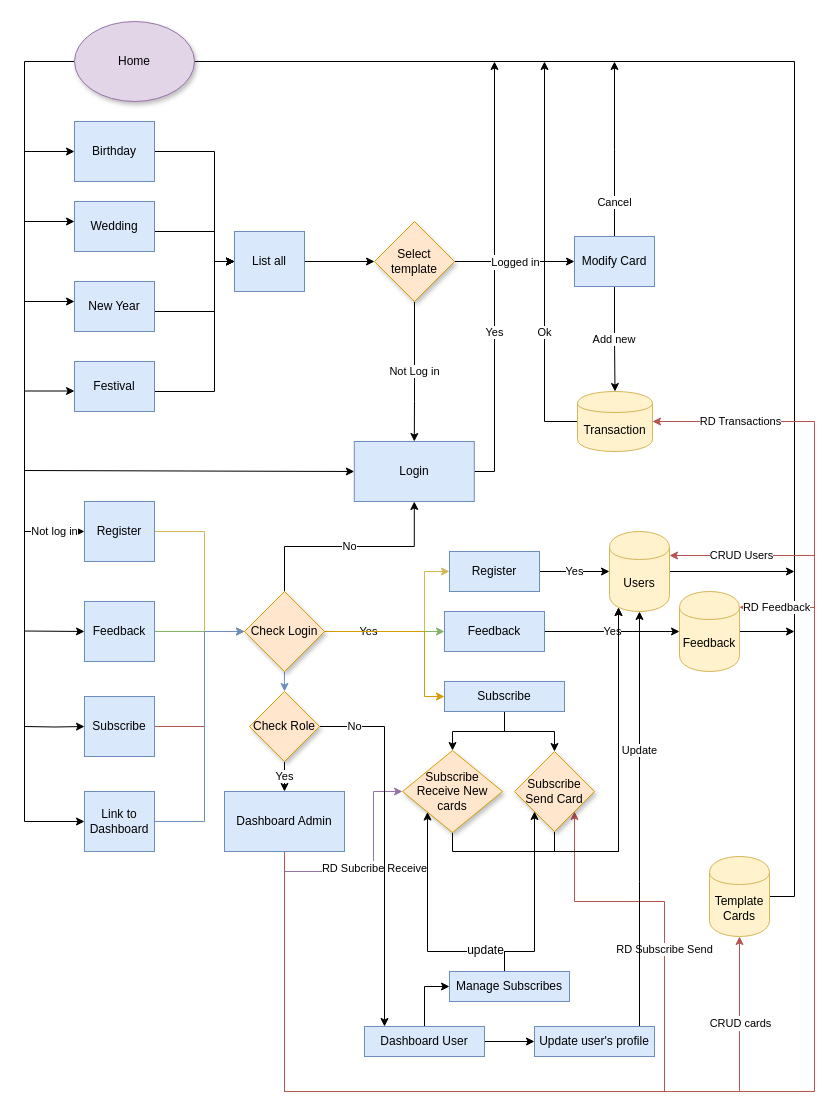
This is page "overall diagram" (1 of 9) of e-Greeting.drawio from duyphuong403/E-Greeting, a draw.io file, before an edit. Source tidied: cells renumbered, new cells numbered last; positions are measured from the earlier drawing's top-left corner, leaving out a move shared by most shapes. Both pictures are drawn from the tidied source at 100%, with x=0, y=0 at pixel (24, 21).
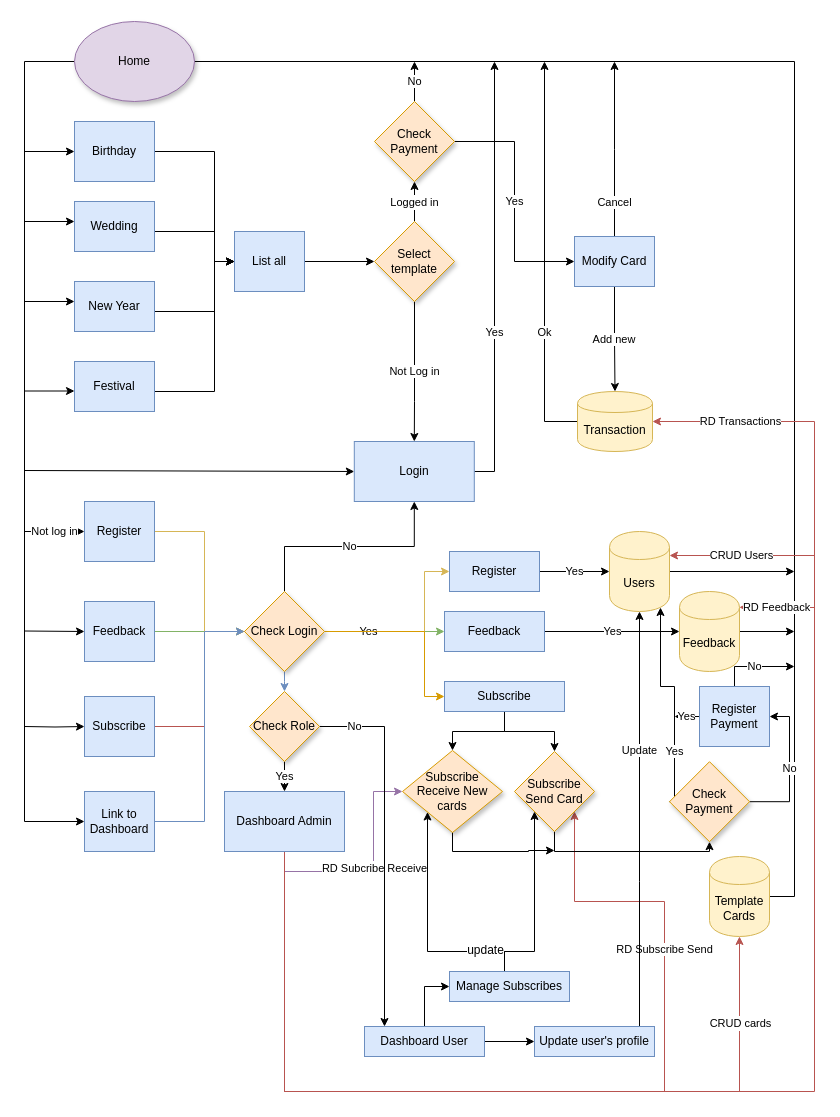
The same page after the edit.

Unchanged cells that the change refers to:
```xml
<mxCell id="32" value="Modify Card" style="rounded=0;whiteSpace=wrap;html=1;fillColor=#dae8fc;strokeColor=#6c8ebf;" parent="1" vertex="1">
  <mxGeometry x="550" y="215" width="80" height="50" as="geometry" />
</mxCell>
<mxCell id="47" value="Users" style="shape=cylinder;whiteSpace=wrap;html=1;boundedLbl=1;backgroundOutline=1;fillColor=#fff2cc;strokeColor=#d6b656;" parent="1" vertex="1">
  <mxGeometry x="585" y="510" width="60" height="80" as="geometry" />
</mxCell>
<mxCell id="77" value="&lt;span style=&quot;white-space: normal&quot;&gt;Select template&lt;/span&gt;" style="rhombus;whiteSpace=wrap;html=1;shadow=1;fillColor=#ffe6cc;strokeColor=#d79b00;" parent="1" vertex="1">
  <mxGeometry x="350" y="200" width="80" height="80" as="geometry" />
</mxCell>
<mxCell id="82" value="&lt;span style=&quot;white-space: normal&quot;&gt;Subscribe Receive New cards&lt;/span&gt;" style="rhombus;whiteSpace=wrap;html=1;shadow=1;fillColor=#ffe6cc;strokeColor=#d79b00;" parent="1" vertex="1">
  <mxGeometry x="378" y="729" width="100" height="82" as="geometry" />
</mxCell>
<mxCell id="83" value="&lt;span style=&quot;white-space: normal&quot;&gt;Subscribe Send Card&lt;/span&gt;" style="rhombus;whiteSpace=wrap;html=1;shadow=1;fillColor=#ffe6cc;strokeColor=#d79b00;" parent="1" vertex="1">
  <mxGeometry x="490" y="730" width="80" height="80" as="geometry" />
</mxCell>
```

Diff of the diagram source:
```diff
@@
-    <mxCell id="73" style="edgeStyle=orthogonalEdgeStyle;rounded=0;jettySize=auto;html=1;entryX=0.15;entryY=0.95;entryDx=0;entryDy=0;exitX=0.5;exitY=1;exitDx=0;exitDy=0;entryPerimeter=0;" parent="1" edge="1" source="82" target="47">
-      <mxGeometry relative="1" as="geometry">
-        <Array as="points">
-          <mxPoint x="428" y="830" />
-          <mxPoint x="594" y="830" />
-        </Array>
-      </mxGeometry>
-    </mxCell>
-    <mxCell id="74" style="edgeStyle=orthogonalEdgeStyle;rounded=0;jettySize=auto;html=1;entryX=0.15;entryY=0.95;entryDx=0;entryDy=0;exitX=0.5;exitY=1;exitDx=0;exitDy=0;entryPerimeter=0;" parent="1" edge="1" source="83" target="47">
+    <mxCell id="74" style="edgeStyle=orthogonalEdgeStyle;rounded=0;jettySize=auto;html=1;entryX=0.5;entryY=1;entryDx=0;entryDy=0;exitX=0.5;exitY=1;exitDx=0;exitDy=0;" parent="1" edge="1" source="83" target="91">
       <mxGeometry relative="1" as="geometry">
         <Array as="points">
           <mxPoint x="530" y="830" />
-          <mxPoint x="594" y="830" />
+          <mxPoint x="685" y="830" />
         </Array>
       </mxGeometry>
     </mxCell>
-    <mxCell id="75" style="edgeStyle=orthogonalEdgeStyle;rounded=0;jettySize=auto;html=1;entryX=0;entryY=0.5;entryDx=0;entryDy=0;" parent="1" edge="1" source="77" target="32">
+    <mxCell id="75" style="edgeStyle=orthogonalEdgeStyle;rounded=0;jettySize=auto;html=1;entryX=0.5;entryY=1;entryDx=0;entryDy=0;" parent="1" edge="1" source="77" target="88">
       <mxGeometry relative="1" as="geometry" />
     </mxCell>
     <mxCell id="76" value="&lt;span style=&quot;font-size: 11px&quot;&gt;Logged in&lt;/span&gt;" style="text;html=1;align=center;verticalAlign=middle;labelBackgroundColor=#ffffff;" parent="75" vertex="1">
       <mxGeometry x="-0.3" y="4" relative="1" as="geometry">
-        <mxPoint x="18" y="4" as="offset" />
+        <mxPoint x="3.5" y="-6" as="offset" />
       </mxGeometry>
     </mxCell>
@@
+    <mxCell id="85" style="edgeStyle=orthogonalEdgeStyle;rounded=0;orthogonalLoop=1;jettySize=auto;html=1;exitX=0.5;exitY=1;exitDx=0;exitDy=0;" parent="1" edge="1">
+      <mxGeometry relative="1" as="geometry">
+        <mxPoint x="428" y="810" as="sourcePoint" />
+        <mxPoint x="530" y="829" as="targetPoint" />
+        <Array as="points">
+          <mxPoint x="428" y="830" />
+          <mxPoint x="504" y="830" />
+          <mxPoint x="504" y="829" />
+        </Array>
+      </mxGeometry>
+    </mxCell>
@@
+    <mxCell id="86" value="Yes" style="edgeStyle=orthogonalEdgeStyle;rounded=0;jettySize=auto;html=1;entryX=0;entryY=0.5;entryDx=0;entryDy=0;" parent="1" edge="1" source="88" target="32">
+      <mxGeometry relative="1" as="geometry" />
+    </mxCell>
+    <mxCell id="87" value="No" style="edgeStyle=orthogonalEdgeStyle;rounded=0;jettySize=auto;html=1;" parent="1" edge="1" source="88">
+      <mxGeometry relative="1" as="geometry">
+        <mxPoint x="390" y="40" as="targetPoint" />
+      </mxGeometry>
+    </mxCell>
+    <mxCell id="88" value="&lt;span style=&quot;white-space: normal&quot;&gt;Check Payment&lt;/span&gt;" style="rhombus;whiteSpace=wrap;html=1;shadow=1;fillColor=#ffe6cc;strokeColor=#d79b00;" parent="1" vertex="1">
+      <mxGeometry x="350" y="80" width="80" height="80" as="geometry" />
+    </mxCell>
+    <mxCell id="89" value="Yes" style="edgeStyle=orthogonalEdgeStyle;rounded=0;jettySize=auto;html=1;entryX=0.85;entryY=0.95;entryDx=0;entryDy=0;entryPerimeter=0;exitX=0;exitY=0.5;exitDx=0;exitDy=0;" parent="1" edge="1" source="91" target="47">
+      <mxGeometry x="-0.48" relative="1" as="geometry">
+        <Array as="points">
+          <mxPoint x="650" y="780" />
+          <mxPoint x="650" y="665" />
+          <mxPoint x="636" y="665" />
+        </Array>
+      </mxGeometry>
+    </mxCell>
+    <mxCell id="90" value="No" style="edgeStyle=orthogonalEdgeStyle;rounded=0;jettySize=auto;html=1;entryX=1;entryY=0.5;entryDx=0;entryDy=0;exitX=1;exitY=0.5;exitDx=0;exitDy=0;" parent="1" edge="1" source="91" target="94">
+      <mxGeometry relative="1" as="geometry" />
+    </mxCell>
+    <mxCell id="91" value="&lt;span style=&quot;white-space: normal&quot;&gt;Check Payment&lt;/span&gt;" style="rhombus;whiteSpace=wrap;html=1;shadow=1;fillColor=#ffe6cc;strokeColor=#d79b00;" parent="1" vertex="1">
+      <mxGeometry x="645" y="740.2" width="80" height="80" as="geometry" />
+    </mxCell>
+    <mxCell id="92" value="Yes" style="edgeStyle=orthogonalEdgeStyle;rounded=0;jettySize=auto;html=1;" parent="1" edge="1" source="94">
+      <mxGeometry relative="1" as="geometry">
+        <mxPoint x="650" y="695" as="targetPoint" />
+      </mxGeometry>
+    </mxCell>
+    <mxCell id="93" value="No" style="edgeStyle=orthogonalEdgeStyle;rounded=0;jettySize=auto;html=1;exitX=0.5;exitY=0;exitDx=0;exitDy=0;" parent="1" edge="1" source="94">
+      <mxGeometry relative="1" as="geometry">
+        <mxPoint x="770" y="645" as="targetPoint" />
+        <Array as="points">
+          <mxPoint x="710" y="645" />
+        </Array>
+      </mxGeometry>
+    </mxCell>
+    <mxCell id="94" value="Register&lt;br&gt;Payment" style="rounded=0;whiteSpace=wrap;html=1;fillColor=#dae8fc;strokeColor=#6c8ebf;" parent="1" vertex="1">
+      <mxGeometry x="675" y="665" width="70" height="60" as="geometry" />
+    </mxCell>
```
